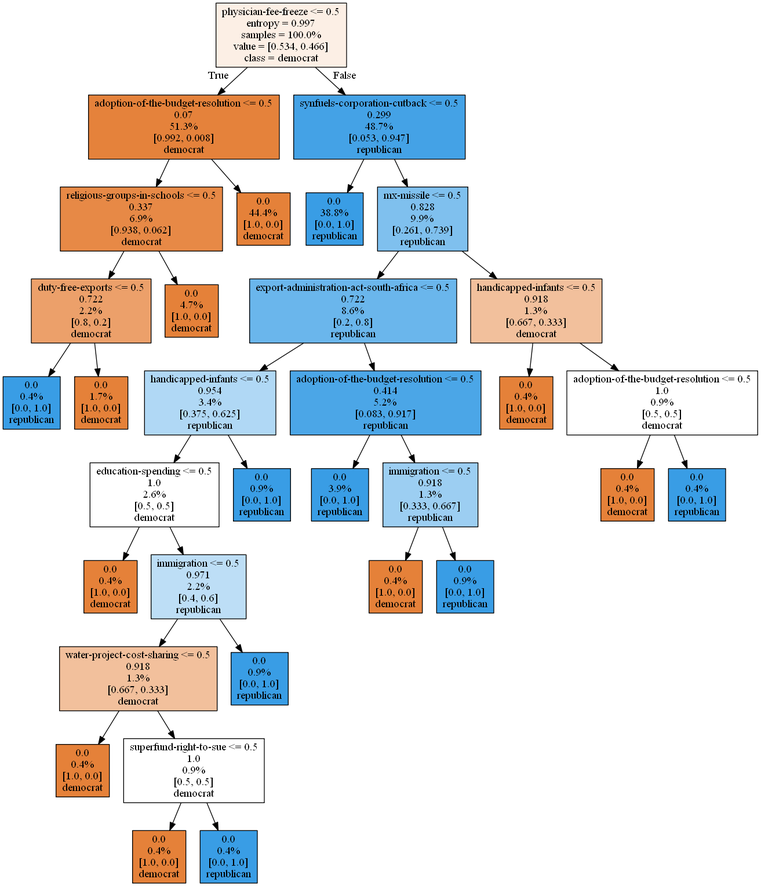
tranduckhoatcu/Data-Mining-Assignment keeps this Graphviz diagram as Source.gv.png. Above is the earlier version. Its source is kept beside it as Source.gv.
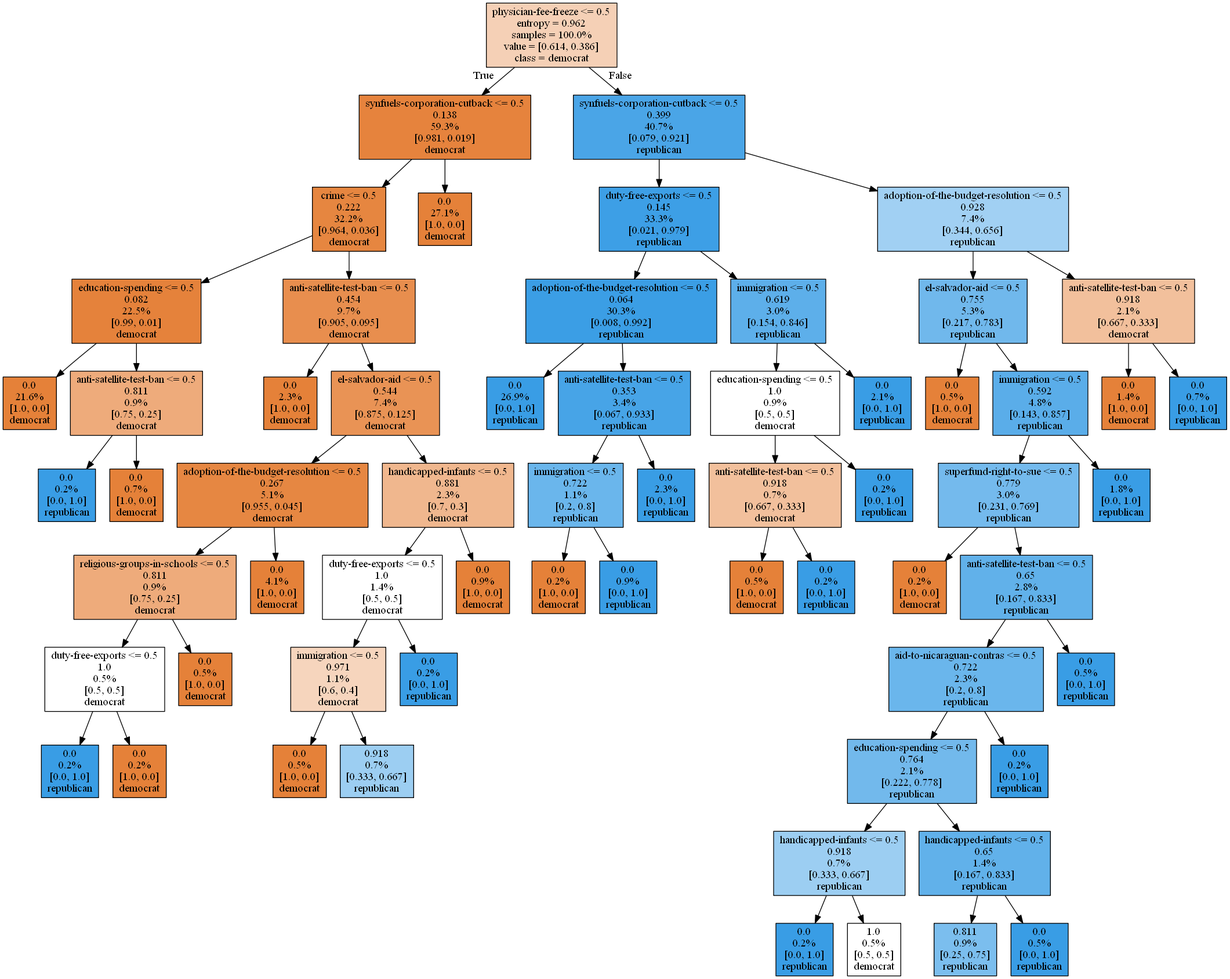
The same diagram one commit later.

Diff of the diagram source:
```diff
@@ -1,68 +1,128 @@
 digraph Tree {
 node [shape=box, style="filled", color="black"] ;
-0 [label="physician-fee-freeze <= 0.5\nentropy = 0.997\nsamples = 100.0%\nvalue = [0.534, 0.466]\nclass = democrat", fillcolor="#fcefe5"] ;
-1 [label="adoption-of-the-budget-resolution <= 0.5\n0.07\n51.3%\n[0.992, 0.008]\ndemocrat", fillcolor="#e5823b"] ;
+0 [label="physician-fee-freeze <= 0.5\nentropy = 0.962\nsamples = 100.0%\nvalue = [0.614, 0.386]\nclass = democrat", fillcolor="#f5d0b6"] ;
+1 [label="synfuels-corporation-cutback <= 0.5\n0.138\n59.3%\n[0.981, 0.019]\ndemocrat", fillcolor="#e6833d"] ;
 0 -> 1 [labeldistance=2.5, labelangle=45, headlabel="True"] ;
-2 [label="religious-groups-in-schools <= 0.5\n0.337\n6.9%\n[0.938, 0.062]\ndemocrat", fillcolor="#e78946"] ;
+2 [label="crime <= 0.5\n0.222\n32.2%\n[0.964, 0.036]\ndemocrat", fillcolor="#e68640"] ;
 1 -> 2 ;
-3 [label="duty-free-exports <= 0.5\n0.722\n2.2%\n[0.8, 0.2]\ndemocrat", fillcolor="#eca06a"] ;
+3 [label="education-spending <= 0.5\n0.082\n22.5%\n[0.99, 0.01]\ndemocrat", fillcolor="#e5823b"] ;
 2 -> 3 ;
-4 [label="0.0\n0.4%\n[0.0, 1.0]\nrepublican", fillcolor="#399de5"] ;
+4 [label="0.0\n21.6%\n[1.0, 0.0]\ndemocrat", fillcolor="#e58139"] ;
 3 -> 4 ;
-5 [label="0.0\n1.7%\n[1.0, 0.0]\ndemocrat", fillcolor="#e58139"] ;
+5 [label="anti-satellite-test-ban <= 0.5\n0.811\n0.9%\n[0.75, 0.25]\ndemocrat", fillcolor="#eeab7b"] ;
 3 -> 5 ;
-6 [label="0.0\n4.7%\n[1.0, 0.0]\ndemocrat", fillcolor="#e58139"] ;
-2 -> 6 ;
-7 [label="0.0\n44.4%\n[1.0, 0.0]\ndemocrat", fillcolor="#e58139"] ;
-1 -> 7 ;
-8 [label="synfuels-corporation-cutback <= 0.5\n0.299\n48.7%\n[0.053, 0.947]\nrepublican", fillcolor="#44a2e6"] ;
-0 -> 8 [labeldistance=2.5, labelangle=-45, headlabel="False"] ;
-9 [label="0.0\n38.8%\n[0.0, 1.0]\nrepublican", fillcolor="#399de5"] ;
+6 [label="0.0\n0.2%\n[0.0, 1.0]\nrepublican", fillcolor="#399de5"] ;
+5 -> 6 ;
+7 [label="0.0\n0.7%\n[1.0, 0.0]\ndemocrat", fillcolor="#e58139"] ;
+5 -> 7 ;
+8 [label="anti-satellite-test-ban <= 0.5\n0.454\n9.7%\n[0.905, 0.095]\ndemocrat", fillcolor="#e88e4e"] ;
+2 -> 8 ;
+9 [label="0.0\n2.3%\n[1.0, 0.0]\ndemocrat", fillcolor="#e58139"] ;
 8 -> 9 ;
-10 [label="mx-missile <= 0.5\n0.828\n9.9%\n[0.261, 0.739]\nrepublican", fillcolor="#7fc0ee"] ;
+10 [label="el-salvador-aid <= 0.5\n0.544\n7.4%\n[0.875, 0.125]\ndemocrat", fillcolor="#e99355"] ;
 8 -> 10 ;
-11 [label="export-administration-act-south-africa <= 0.5\n0.722\n8.6%\n[0.2, 0.8]\nrepublican", fillcolor="#6ab6ec"] ;
+11 [label="adoption-of-the-budget-resolution <= 0.5\n0.267\n5.1%\n[0.955, 0.045]\ndemocrat", fillcolor="#e68742"] ;
 10 -> 11 ;
-12 [label="handicapped-infants <= 0.5\n0.954\n3.4%\n[0.375, 0.625]\nrepublican", fillcolor="#b0d8f5"] ;
+12 [label="religious-groups-in-schools <= 0.5\n0.811\n0.9%\n[0.75, 0.25]\ndemocrat", fillcolor="#eeab7b"] ;
 11 -> 12 ;
-13 [label="education-spending <= 0.5\n1.0\n2.6%\n[0.5, 0.5]\ndemocrat", fillcolor="#ffffff"] ;
+13 [label="duty-free-exports <= 0.5\n1.0\n0.5%\n[0.5, 0.5]\ndemocrat", fillcolor="#ffffff"] ;
 12 -> 13 ;
-14 [label="0.0\n0.4%\n[1.0, 0.0]\ndemocrat", fillcolor="#e58139"] ;
+14 [label="0.0\n0.2%\n[0.0, 1.0]\nrepublican", fillcolor="#399de5"] ;
 13 -> 14 ;
-15 [label="immigration <= 0.5\n0.971\n2.2%\n[0.4, 0.6]\nrepublican", fillcolor="#bddef6"] ;
+15 [label="0.0\n0.2%\n[1.0, 0.0]\ndemocrat", fillcolor="#e58139"] ;
 13 -> 15 ;
-16 [label="water-project-cost-sharing <= 0.5\n0.918\n1.3%\n[0.667, 0.333]\ndemocrat", fillcolor="#f2c09c"] ;
-15 -> 16 ;
-17 [label="0.0\n0.4%\n[1.0, 0.0]\ndemocrat", fillcolor="#e58139"] ;
-16 -> 17 ;
-18 [label="superfund-right-to-sue <= 0.5\n1.0\n0.9%\n[0.5, 0.5]\ndemocrat", fillcolor="#ffffff"] ;
-16 -> 18 ;
-19 [label="0.0\n0.4%\n[1.0, 0.0]\ndemocrat", fillcolor="#e58139"] ;
+16 [label="0.0\n0.5%\n[1.0, 0.0]\ndemocrat", fillcolor="#e58139"] ;
+12 -> 16 ;
+17 [label="0.0\n4.1%\n[1.0, 0.0]\ndemocrat", fillcolor="#e58139"] ;
+11 -> 17 ;
+18 [label="handicapped-infants <= 0.5\n0.881\n2.3%\n[0.7, 0.3]\ndemocrat", fillcolor="#f0b78e"] ;
+10 -> 18 ;
+19 [label="duty-free-exports <= 0.5\n1.0\n1.4%\n[0.5, 0.5]\ndemocrat", fillcolor="#ffffff"] ;
 18 -> 19 ;
-20 [label="0.0\n0.4%\n[0.0, 1.0]\nrepublican", fillcolor="#399de5"] ;
-18 -> 20 ;
-21 [label="0.0\n0.9%\n[0.0, 1.0]\nrepublican", fillcolor="#399de5"] ;
-15 -> 21 ;
-22 [label="0.0\n0.9%\n[0.0, 1.0]\nrepublican", fillcolor="#399de5"] ;
-12 -> 22 ;
-23 [label="adoption-of-the-budget-resolution <= 0.5\n0.414\n5.2%\n[0.083, 0.917]\nrepublican", fillcolor="#4ba6e7"] ;
-11 -> 23 ;
-24 [label="0.0\n3.9%\n[0.0, 1.0]\nrepublican", fillcolor="#399de5"] ;
-23 -> 24 ;
-25 [label="immigration <= 0.5\n0.918\n1.3%\n[0.333, 0.667]\nrepublican", fillcolor="#9ccef2"] ;
-23 -> 25 ;
-26 [label="0.0\n0.4%\n[1.0, 0.0]\ndemocrat", fillcolor="#e58139"] ;
-25 -> 26 ;
-27 [label="0.0\n0.9%\n[0.0, 1.0]\nrepublican", fillcolor="#399de5"] ;
-25 -> 27 ;
-28 [label="handicapped-infants <= 0.5\n0.918\n1.3%\n[0.667, 0.333]\ndemocrat", fillcolor="#f2c09c"] ;
-10 -> 28 ;
-29 [label="0.0\n0.4%\n[1.0, 0.0]\ndemocrat", fillcolor="#e58139"] ;
+20 [label="immigration <= 0.5\n0.971\n1.1%\n[0.6, 0.4]\ndemocrat", fillcolor="#f6d5bd"] ;
+19 -> 20 ;
+21 [label="0.0\n0.5%\n[1.0, 0.0]\ndemocrat", fillcolor="#e58139"] ;
+20 -> 21 ;
+22 [label="0.918\n0.7%\n[0.333, 0.667]\nrepublican", fillcolor="#9ccef2"] ;
+20 -> 22 ;
+23 [label="0.0\n0.2%\n[0.0, 1.0]\nrepublican", fillcolor="#399de5"] ;
+19 -> 23 ;
+24 [label="0.0\n0.9%\n[1.0, 0.0]\ndemocrat", fillcolor="#e58139"] ;
+18 -> 24 ;
+25 [label="0.0\n27.1%\n[1.0, 0.0]\ndemocrat", fillcolor="#e58139"] ;
+1 -> 25 ;
+26 [label="synfuels-corporation-cutback <= 0.5\n0.399\n40.7%\n[0.079, 0.921]\nrepublican", fillcolor="#4aa5e7"] ;
+0 -> 26 [labeldistance=2.5, labelangle=-45, headlabel="False"] ;
+27 [label="duty-free-exports <= 0.5\n0.145\n33.3%\n[0.021, 0.979]\nrepublican", fillcolor="#3d9fe6"] ;
+26 -> 27 ;
+28 [label="adoption-of-the-budget-resolution <= 0.5\n0.064\n30.3%\n[0.008, 0.992]\nrepublican", fillcolor="#3b9ee5"] ;
+27 -> 28 ;
+29 [label="0.0\n26.9%\n[0.0, 1.0]\nrepublican", fillcolor="#399de5"] ;
 28 -> 29 ;
-30 [label="adoption-of-the-budget-resolution <= 0.5\n1.0\n0.9%\n[0.5, 0.5]\ndemocrat", fillcolor="#ffffff"] ;
+30 [label="anti-satellite-test-ban <= 0.5\n0.353\n3.4%\n[0.067, 0.933]\nrepublican", fillcolor="#47a4e7"] ;
 28 -> 30 ;
-31 [label="0.0\n0.4%\n[1.0, 0.0]\ndemocrat", fillcolor="#e58139"] ;
+31 [label="immigration <= 0.5\n0.722\n1.1%\n[0.2, 0.8]\nrepublican", fillcolor="#6ab6ec"] ;
 30 -> 31 ;
-32 [label="0.0\n0.4%\n[0.0, 1.0]\nrepublican", fillcolor="#399de5"] ;
-30 -> 32 ;
+32 [label="0.0\n0.2%\n[1.0, 0.0]\ndemocrat", fillcolor="#e58139"] ;
+31 -> 32 ;
+33 [label="0.0\n0.9%\n[0.0, 1.0]\nrepublican", fillcolor="#399de5"] ;
+31 -> 33 ;
+34 [label="0.0\n2.3%\n[0.0, 1.0]\nrepublican", fillcolor="#399de5"] ;
+30 -> 34 ;
+35 [label="immigration <= 0.5\n0.619\n3.0%\n[0.154, 0.846]\nrepublican", fillcolor="#5dafea"] ;
+27 -> 35 ;
+36 [label="education-spending <= 0.5\n1.0\n0.9%\n[0.5, 0.5]\ndemocrat", fillcolor="#ffffff"] ;
+35 -> 36 ;
+37 [label="anti-satellite-test-ban <= 0.5\n0.918\n0.7%\n[0.667, 0.333]\ndemocrat", fillcolor="#f2c09c"] ;
+36 -> 37 ;
+38 [label="0.0\n0.5%\n[1.0, 0.0]\ndemocrat", fillcolor="#e58139"] ;
+37 -> 38 ;
+39 [label="0.0\n0.2%\n[0.0, 1.0]\nrepublican", fillcolor="#399de5"] ;
+37 -> 39 ;
+40 [label="0.0\n0.2%\n[0.0, 1.0]\nrepublican", fillcolor="#399de5"] ;
+36 -> 40 ;
+41 [label="0.0\n2.1%\n[0.0, 1.0]\nrepublican", fillcolor="#399de5"] ;
+35 -> 41 ;
+42 [label="adoption-of-the-budget-resolution <= 0.5\n0.928\n7.4%\n[0.344, 0.656]\nrepublican", fillcolor="#a1d0f3"] ;
+26 -> 42 ;
+43 [label="el-salvador-aid <= 0.5\n0.755\n5.3%\n[0.217, 0.783]\nrepublican", fillcolor="#70b8ec"] ;
+42 -> 43 ;
+44 [label="0.0\n0.5%\n[1.0, 0.0]\ndemocrat", fillcolor="#e58139"] ;
+43 -> 44 ;
+45 [label="immigration <= 0.5\n0.592\n4.8%\n[0.143, 0.857]\nrepublican", fillcolor="#5aade9"] ;
+43 -> 45 ;
+46 [label="superfund-right-to-sue <= 0.5\n0.779\n3.0%\n[0.231, 0.769]\nrepublican", fillcolor="#74baed"] ;
+45 -> 46 ;
+47 [label="0.0\n0.2%\n[1.0, 0.0]\ndemocrat", fillcolor="#e58139"] ;
+46 -> 47 ;
+48 [label="anti-satellite-test-ban <= 0.5\n0.65\n2.8%\n[0.167, 0.833]\nrepublican", fillcolor="#61b1ea"] ;
+46 -> 48 ;
+49 [label="aid-to-nicaraguan-contras <= 0.5\n0.722\n2.3%\n[0.2, 0.8]\nrepublican", fillcolor="#6ab6ec"] ;
+48 -> 49 ;
+50 [label="education-spending <= 0.5\n0.764\n2.1%\n[0.222, 0.778]\nrepublican", fillcolor="#72b9ec"] ;
+49 -> 50 ;
+51 [label="handicapped-infants <= 0.5\n0.918\n0.7%\n[0.333, 0.667]\nrepublican", fillcolor="#9ccef2"] ;
+50 -> 51 ;
+52 [label="0.0\n0.2%\n[0.0, 1.0]\nrepublican", fillcolor="#399de5"] ;
+51 -> 52 ;
+53 [label="1.0\n0.5%\n[0.5, 0.5]\ndemocrat", fillcolor="#ffffff"] ;
+51 -> 53 ;
+54 [label="handicapped-infants <= 0.5\n0.65\n1.4%\n[0.167, 0.833]\nrepublican", fillcolor="#61b1ea"] ;
+50 -> 54 ;
+55 [label="0.811\n0.9%\n[0.25, 0.75]\nrepublican", fillcolor="#7bbeee"] ;
+54 -> 55 ;
+56 [label="0.0\n0.5%\n[0.0, 1.0]\nrepublican", fillcolor="#399de5"] ;
+54 -> 56 ;
+57 [label="0.0\n0.2%\n[0.0, 1.0]\nrepublican", fillcolor="#399de5"] ;
+49 -> 57 ;
+58 [label="0.0\n0.5%\n[0.0, 1.0]\nrepublican", fillcolor="#399de5"] ;
+48 -> 58 ;
+59 [label="0.0\n1.8%\n[0.0, 1.0]\nrepublican", fillcolor="#399de5"] ;
+45 -> 59 ;
+60 [label="anti-satellite-test-ban <= 0.5\n0.918\n2.1%\n[0.667, 0.333]\ndemocrat", fillcolor="#f2c09c"] ;
+42 -> 60 ;
+61 [label="0.0\n1.4%\n[1.0, 0.0]\ndemocrat", fillcolor="#e58139"] ;
+60 -> 61 ;
+62 [label="0.0\n0.7%\n[0.0, 1.0]\nrepublican", fillcolor="#399de5"] ;
+60 -> 62 ;
 }
```
